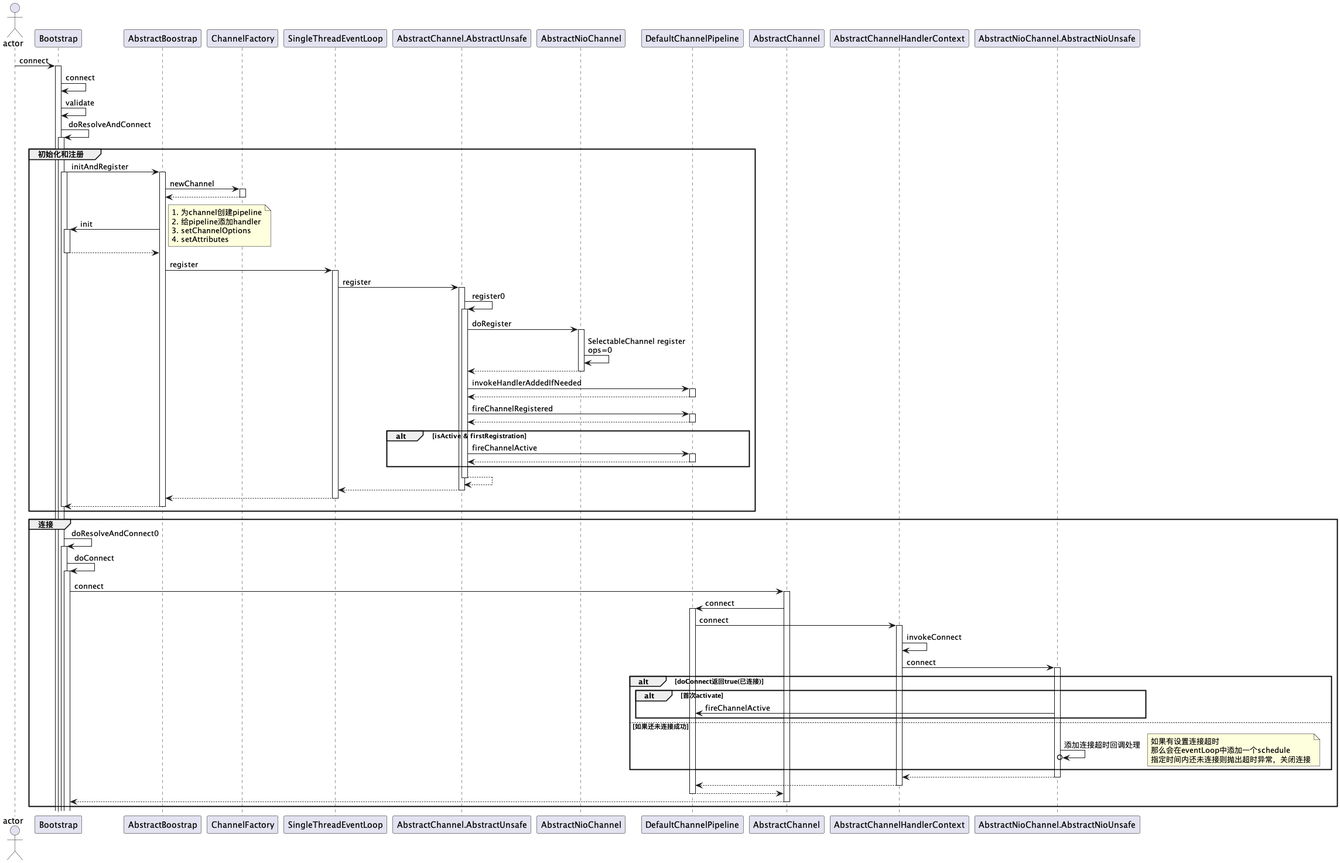
This is docs/imgs/Bootstrap connect流程.png from icankeep/netty-http-server-demo, a PlantUML export, as it was before one commit. Source of this version:
```plantuml
@startuml
Actor actor
actor -> Bootstrap: connect
activate Bootstrap
Bootstrap -> Bootstrap: connect
Bootstrap -> Bootstrap: validate
Bootstrap -> Bootstrap: doResolveAndConnect

group 初始化和注册
    activate Bootstrap
    Bootstrap -> AbstractBoostrap: initAndRegister
    activate Bootstrap
    activate AbstractBoostrap
    AbstractBoostrap -> ChannelFactory: newChannel
    activate ChannelFactory
    ChannelFactory --> AbstractBoostrap
    deactivate ChannelFactory
    AbstractBoostrap -> Bootstrap: init
        note right
            1. 为channel创建pipeline
            2. 给pipeline添加handler
            3. setChannelOptions
            4. setAttributes
        end note
    activate Bootstrap
    return
    AbstractBoostrap -> SingleThreadEventLoop: register
    activate SingleThreadEventLoop
    SingleThreadEventLoop -> AbstractChannel.AbstractUnsafe: register
    activate AbstractChannel.AbstractUnsafe
    AbstractChannel.AbstractUnsafe -> AbstractChannel.AbstractUnsafe: register0
    activate AbstractChannel.AbstractUnsafe
    AbstractChannel.AbstractUnsafe -> AbstractNioChannel: doRegister
    activate AbstractNioChannel
    AbstractNioChannel -> AbstractNioChannel: SelectableChannel register\nops=0
    AbstractNioChannel --> AbstractChannel.AbstractUnsafe
    deactivate AbstractNioChannel
    AbstractChannel.AbstractUnsafe -> DefaultChannelPipeline: invokeHandlerAddedIfNeeded
    activate DefaultChannelPipeline
    return
    AbstractChannel.AbstractUnsafe -> DefaultChannelPipeline: fireChannelRegistered
    activate DefaultChannelPipeline
    return
    alt isActive & firstRegistration
        AbstractChannel.AbstractUnsafe -> DefaultChannelPipeline: fireChannelActive
        activate DefaultChannelPipeline
        return
    end
    return
    return
    return
    return
    deactivate Bootstrap
end

group 连接
    Bootstrap -> Bootstrap: doResolveAndConnect0
    activate Bootstrap
    Bootstrap -> Bootstrap: doConnect
    activate Bootstrap
    Bootstrap -> AbstractChannel: connect
    activate AbstractChannel
    AbstractChannel -> DefaultChannelPipeline: connect
    activate DefaultChannelPipeline
    DefaultChannelPipeline -> AbstractChannelHandlerContext: connect
    activate AbstractChannelHandlerContext
    AbstractChannelHandlerContext -> AbstractChannelHandlerContext: invokeConnect
    AbstractChannelHandlerContext -> AbstractNioChannel.AbstractNioUnsafe: connect
    activate AbstractNioChannel.AbstractNioUnsafe
    alt doConnect返回true(已连接)
        alt 首次activate
            AbstractNioChannel.AbstractNioUnsafe -> DefaultChannelPipeline: fireChannelActive
        end
    else 如果还未连接成功
        AbstractNioChannel.AbstractNioUnsafe ->o AbstractNioChannel.AbstractNioUnsafe: 添加连接超时回调处理
            note right
                如果有设置连接超时
                那么会在eventLoop中添加一个schedule
                指定时间内还未连接则抛出超时异常，关闭连接
            end note
    end
    return
    return
    return
    return
end
@enduml
```
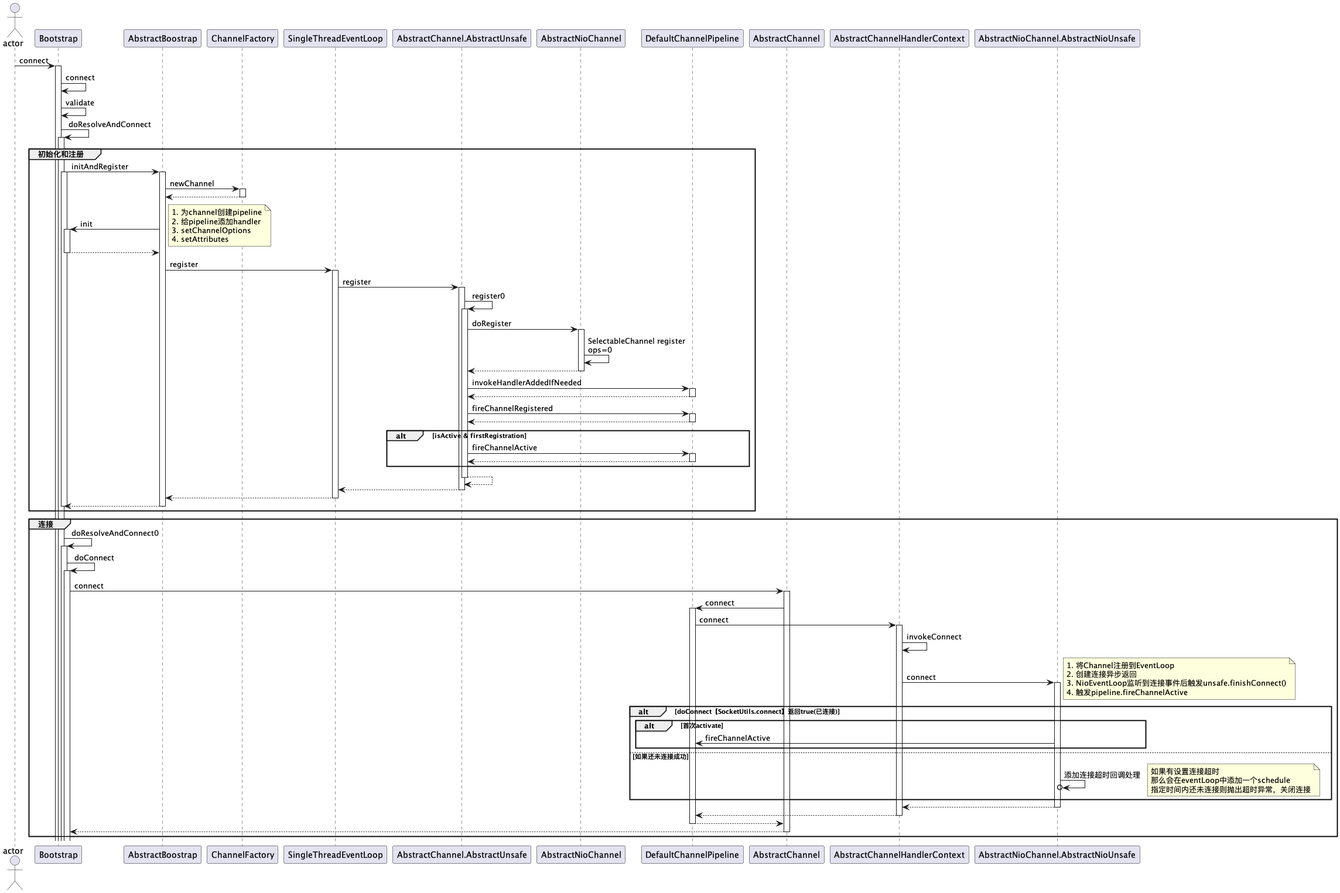
Above is the later version.

Commit message:
update sequence diagram

Diff of the diagram source:
```diff
@@ -67,7 +67,13 @@
     AbstractChannelHandlerContext -> AbstractChannelHandlerContext: invokeConnect
     AbstractChannelHandlerContext -> AbstractNioChannel.AbstractNioUnsafe: connect
     activate AbstractNioChannel.AbstractNioUnsafe
-    alt doConnect返回true(已连接)
+    alt doConnect【SocketUtils.connect】返回true(已连接)
+        note right
+            1. 将Channel注册到EventLoop
+            2. 创建连接异步返回
+            3. NioEventLoop监听到连接事件后触发unsafe.finishConnect()
+            4. 触发pipeline.fireChannelActive
+        end note
         alt 首次activate
             AbstractNioChannel.AbstractNioUnsafe -> DefaultChannelPipeline: fireChannelActive
         end
```
